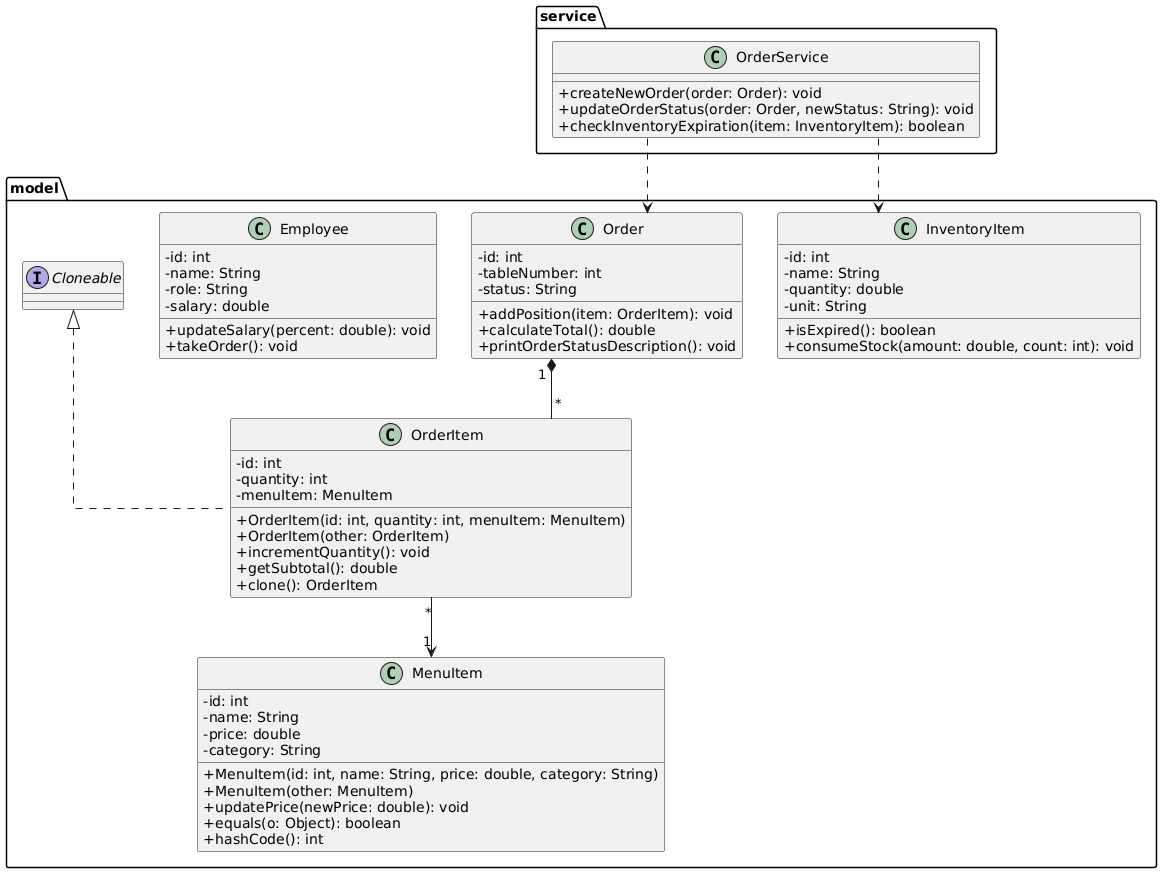
Earlier version of the PlantUML export doc/class_diagram.png (NCJavaCode/Java26_Sukhova).
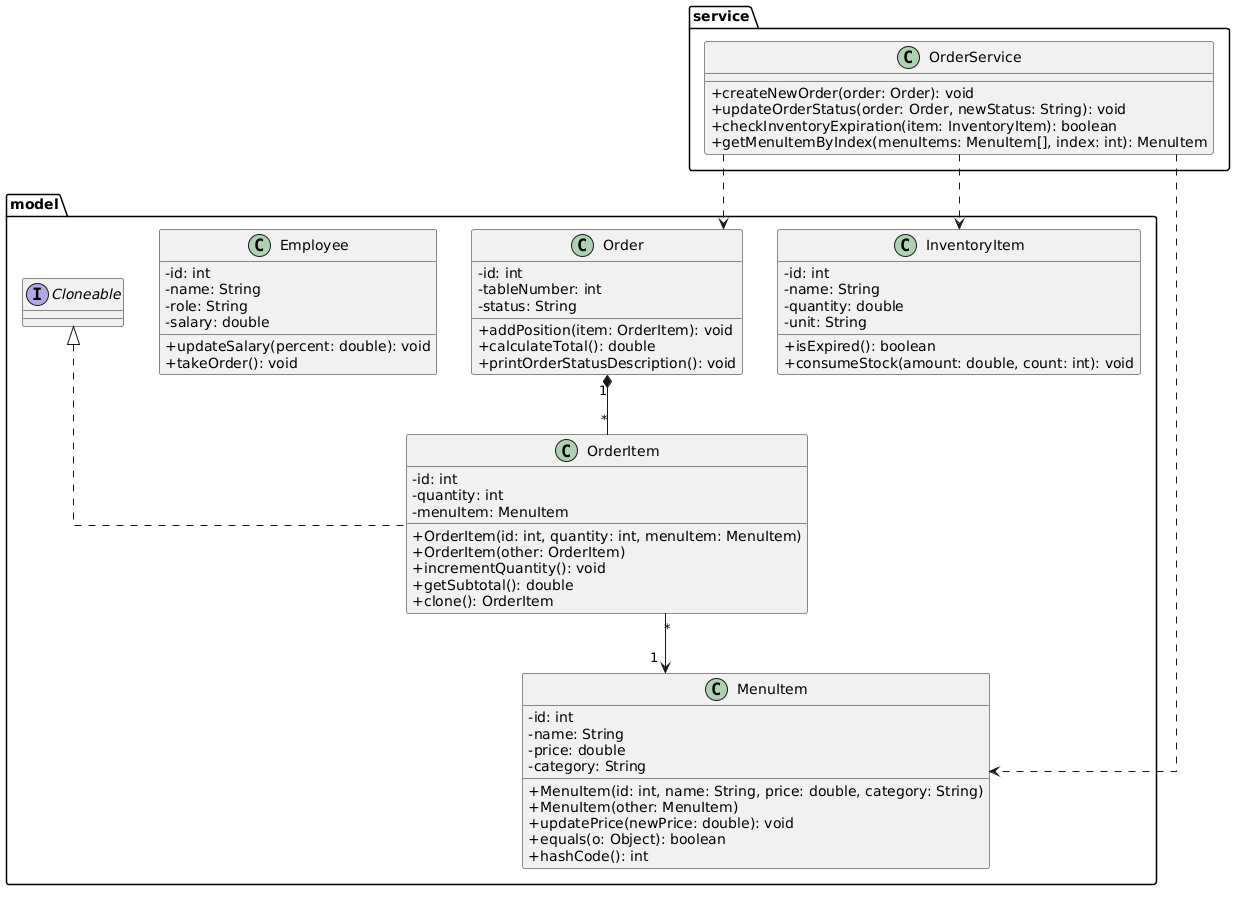
Later version of the same file.

Commit message:
Додала обробку винятків. Оновила UML-діаграму та README.md.

What changed in the source:
```diff
@@ -8,6 +8,7 @@
     +createNewOrder(order: Order): void
     +updateOrderStatus(order: Order, newStatus: String): void
     +checkInventoryExpiration(item: InventoryItem): boolean
+    +getMenuItemByIndex(menuItems: MenuItem[], index: int): MenuItem
   }
 }
 
@@ -68,6 +69,7 @@
 Cloneable <|.. OrderItem
 OrderService ..> Order
 OrderService ..> InventoryItem
+OrderService ..> MenuItem
 
 Order "1" *-- "*" OrderItem
 OrderItem "*" --> "1" MenuItem
```
